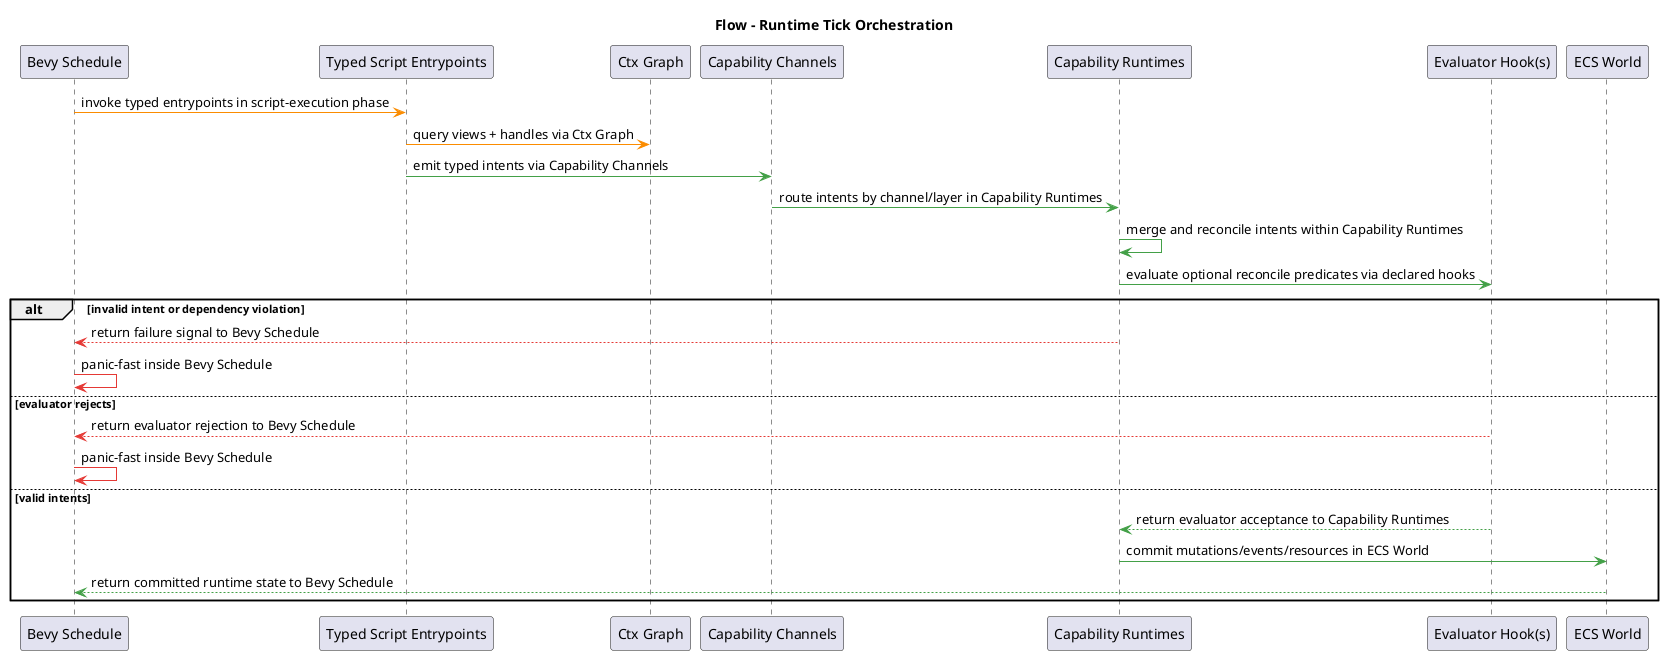
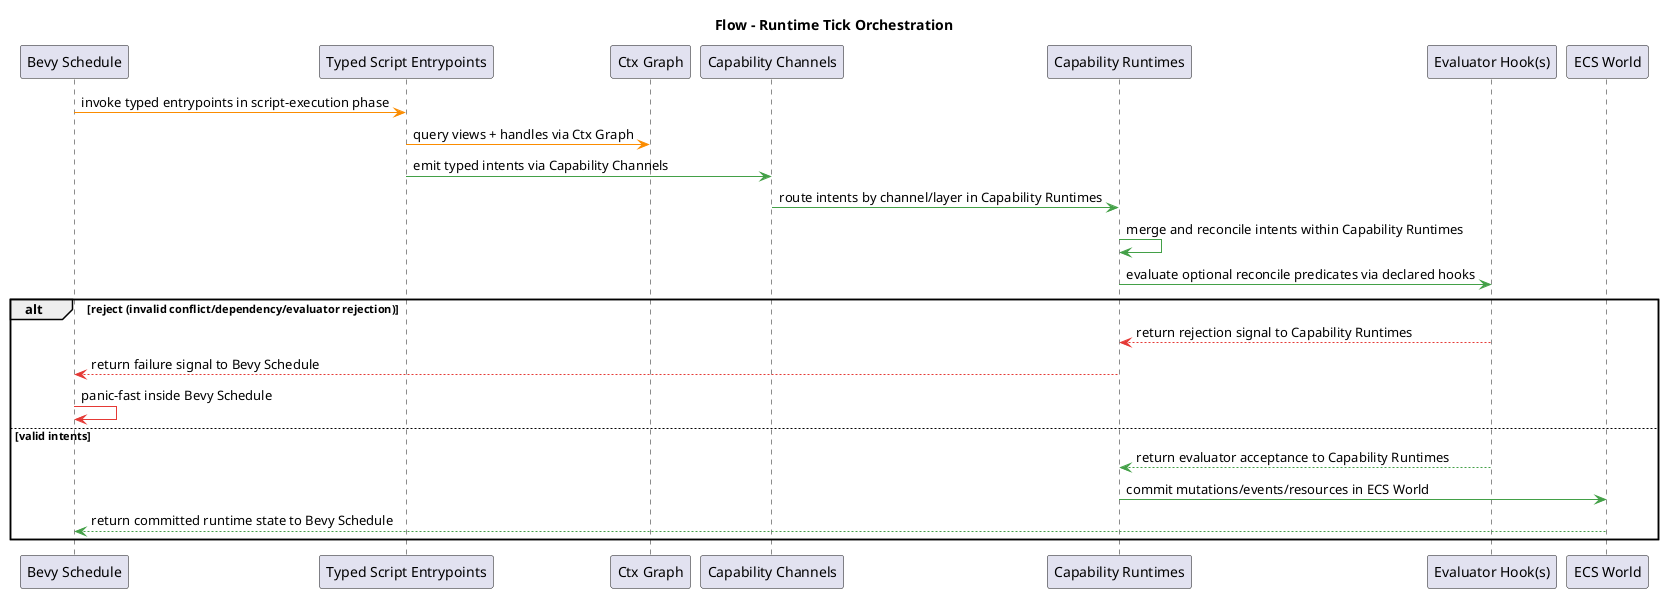
@startuml
title Flow - Runtime Tick Orchestration
participant "Bevy Schedule" as Sched
participant "Typed Script Entrypoints" as Scripts
participant "Ctx Graph" as Ctx
participant "Capability Channels" as Channels
participant "Capability Runtimes" as Runtime
participant "Evaluator Hook(s)" as Eval
participant "ECS World" as ECS

Sched -[#FB8C00]> Scripts : invoke typed entrypoints in script-execution phase
Scripts -[#FB8C00]> Ctx : query views + handles via Ctx Graph
Scripts -[#43A047]> Channels : emit typed intents via Capability Channels
Channels -[#43A047]> Runtime : route intents by channel/layer in Capability Runtimes
Runtime -[#43A047]> Runtime : merge and reconcile intents within Capability Runtimes
Runtime -[#43A047]> Eval : evaluate optional reconcile predicates via declared hooks

- alt invalid intent or dependency violation
+ alt reject (invalid conflict/dependency/evaluator rejection)
+   Eval -[#E53935]--> Runtime : return rejection signal to Capability Runtimes
  Runtime -[#E53935]--> Sched : return failure signal to Bevy Schedule
-   Sched -[#E53935]> Sched : panic-fast inside Bevy Schedule
- else evaluator rejects
-   Eval -[#E53935]--> Sched : return evaluator rejection to Bevy Schedule
  Sched -[#E53935]> Sched : panic-fast inside Bevy Schedule
else valid intents
  Eval -[#43A047]--> Runtime : return evaluator acceptance to Capability Runtimes
  Runtime -[#43A047]> ECS : commit mutations/events/resources in ECS World
  ECS -[#43A047]--> Sched : return committed runtime state to Bevy Schedule
end
@enduml
